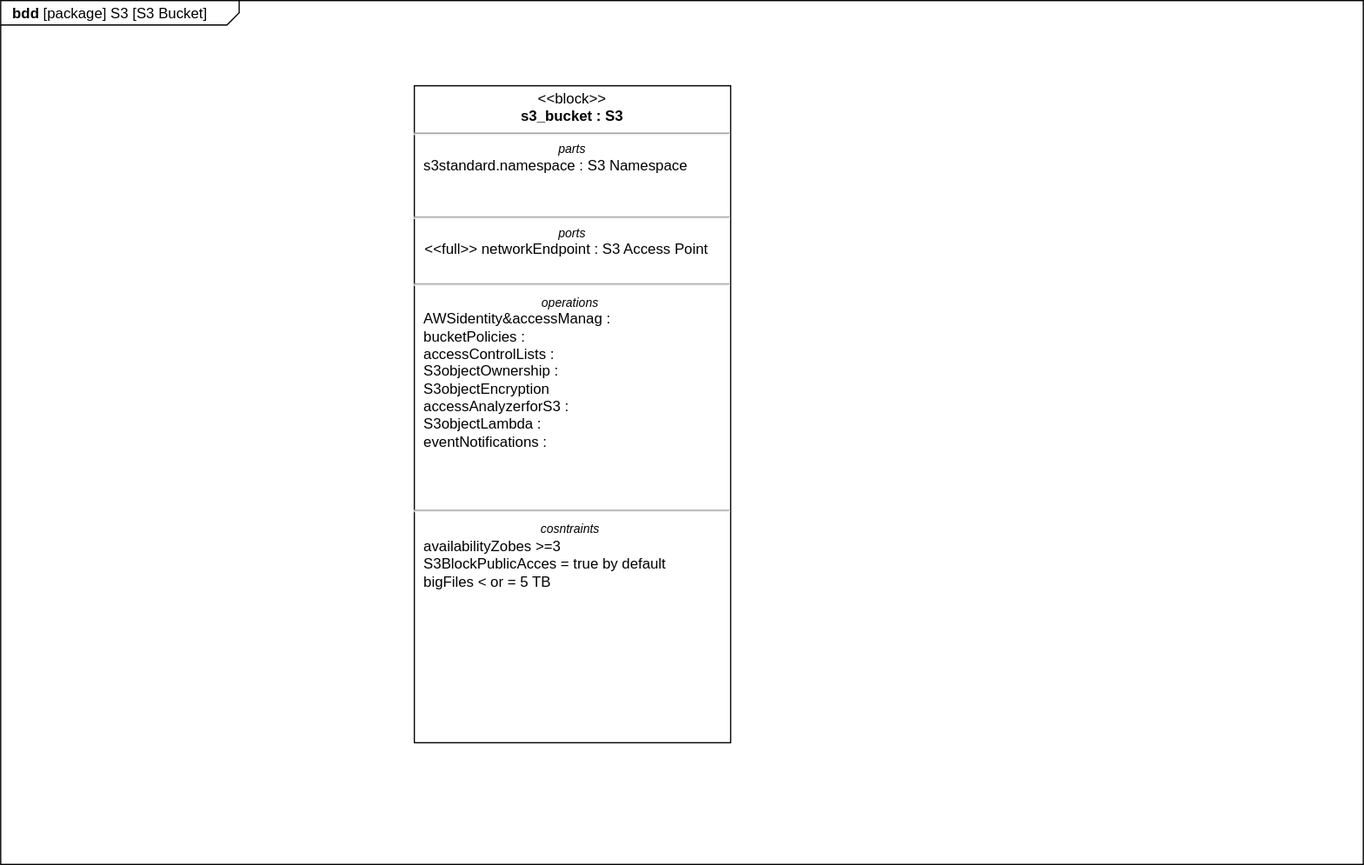
Before: Packages/S3/AWS S3 Service-S3 Bucket bdd.svg, a diagram exported from draw.io (JeffreyWerth/AWS-Architecture-Model-Repository). Source tidied: cells renumbered, new cells last; positions are measured from the earlier drawing's top-left corner, leaving out a move shared by most shapes.
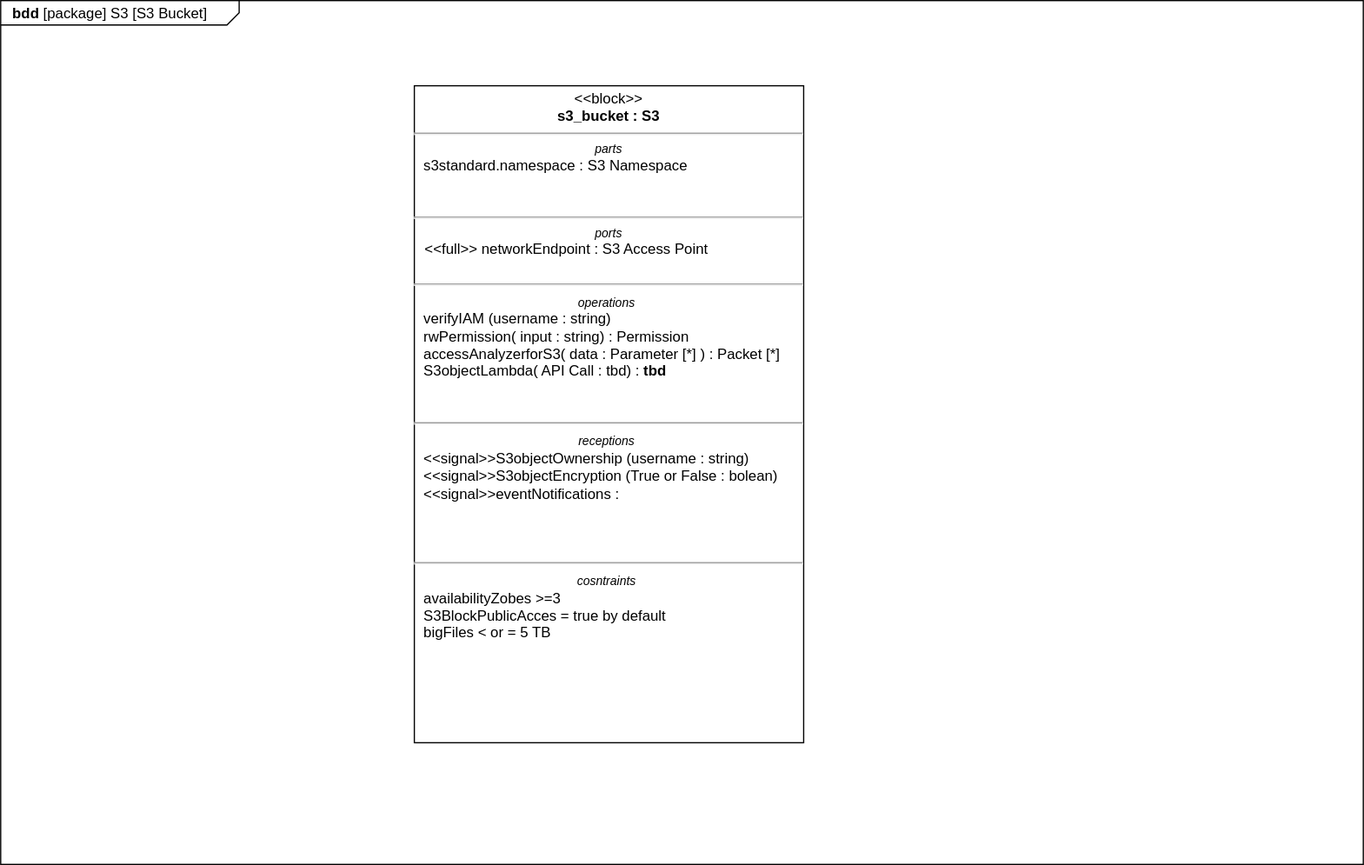
The same file after the commit.

Commit message:
Updated drwaio view

Change to the diagram source:
```diff
@@ -5,8 +5,8 @@
     <mxCell id="2" value="&lt;p style=&quot;margin: 0px ; margin-top: 4px ; margin-left: 10px ; text-align: left&quot;&gt;&lt;b&gt;bdd&lt;/b&gt; [package] S3 [S3 Bucket]&lt;/p&gt;" style="html=1;strokeWidth=1;shape=mxgraph.sysml.package;html=1;overflow=fill;whiteSpace=wrap;fillColor=none;gradientColor=none;fontSize=12;align=center;labelX=196;" parent="1" vertex="1">
       <mxGeometry width="1120" height="710" as="geometry" />
     </mxCell>
-    <mxCell id="3" value="&lt;p style=&quot;margin:0px;margin-top:4px;text-align:center;&quot;&gt;&amp;lt;&amp;lt;block&amp;gt;&amp;gt;&lt;br&gt;&lt;b&gt;s3_bucket : S3&lt;/b&gt;&lt;/p&gt;&lt;hr&gt;&lt;p style=&quot;font-size:10px;margin:0px;text-align:center;&quot;&gt;&lt;/p&gt;&lt;p style=&quot;margin: 0px; text-align: center; font-size: 10px;&quot;&gt;&lt;i&gt;parts&lt;/i&gt;&lt;/p&gt;&lt;p style=&quot;margin: 0px 0px 0px 8px;&quot;&gt;s3standard.namespace : S3 Namespace&lt;/p&gt;&lt;p style=&quot;margin:0px;margin-left:8px;text-align:left;&quot;&gt;&lt;br&gt;&lt;/p&gt;&lt;p style=&quot;margin:0px;margin-left:8px;text-align:left;&quot;&gt;&lt;br&gt;&lt;/p&gt;&lt;hr&gt;&lt;p style=&quot;font-size: 10px; margin: 0px; text-align: center;&quot;&gt;&lt;/p&gt;&lt;p style=&quot;font-size: 10px; margin: 0px; text-align: center;&quot;&gt;&lt;i&gt;ports&lt;/i&gt;&lt;/p&gt;&lt;p style=&quot;margin: 0px;&quot;&gt;&lt;span style=&quot;font-size: 10px;&quot;&gt;&amp;nbsp;&amp;nbsp;&lt;/span&gt;&amp;nbsp;&amp;lt;&amp;lt;full&amp;gt;&amp;gt; networkEndpoint : S3 Access Point&lt;/p&gt;&lt;div&gt;&lt;br&gt;&lt;/div&gt;&lt;hr&gt;&lt;p style=&quot;font-size: 10px; margin: 0px; text-align: center;&quot;&gt;&lt;/p&gt;&lt;p style=&quot;margin: 0px; text-align: center; font-size: 10px;&quot;&gt;&lt;i&gt;operations&lt;/i&gt;&lt;span style=&quot;background-color: initial; font-size: 12px; text-align: left;&quot;&gt;&amp;nbsp;&lt;/span&gt;&lt;/p&gt;&lt;p style=&quot;margin: 0px 0px 0px 8px;&quot;&gt;AWSidentity&amp;amp;accessManag :&lt;/p&gt;&lt;p style=&quot;margin: 0px 0px 0px 8px;&quot;&gt;bucketPolicies :&lt;/p&gt;&lt;p style=&quot;margin: 0px 0px 0px 8px;&quot;&gt;accessControlLists :&lt;/p&gt;&lt;p style=&quot;margin: 0px 0px 0px 8px;&quot;&gt;S3objectOwnership :&lt;/p&gt;&lt;p style=&quot;margin: 0px 0px 0px 8px;&quot;&gt;S3objectEncryption&lt;/p&gt;&lt;p style=&quot;margin: 0px 0px 0px 8px;&quot;&gt;accessAnalyzerforS3 :&lt;/p&gt;&lt;p style=&quot;margin: 0px 0px 0px 8px;&quot;&gt;S3objectLambda :&lt;/p&gt;&lt;p style=&quot;margin: 0px 0px 0px 8px;&quot;&gt;eventNotifications :&lt;/p&gt;&lt;p style=&quot;margin: 0px 0px 0px 8px;&quot;&gt;&lt;br&gt;&lt;/p&gt;&lt;p style=&quot;margin: 0px 0px 0px 8px;&quot;&gt;&lt;br&gt;&lt;/p&gt;&lt;p style=&quot;margin: 0px 0px 0px 8px;&quot;&gt;&lt;br&gt;&lt;/p&gt;&lt;hr&gt;&lt;p style=&quot;font-size: 10px; margin: 0px; text-align: center;&quot;&gt;&lt;/p&gt;&lt;p style=&quot;text-align: center; margin: 0px;&quot;&gt;&lt;span style=&quot;background-color: initial; text-align: left; font-size: 10px;&quot;&gt;&lt;i&gt;cosntraints&lt;/i&gt;&lt;/span&gt;&lt;span style=&quot;font-size: 12px; background-color: initial; text-align: left;&quot;&gt;&amp;nbsp;&lt;/span&gt;&lt;/p&gt;&lt;p style=&quot;margin: 0px 0px 0px 8px;&quot;&gt;availabilityZobes &amp;gt;=3&lt;/p&gt;&lt;p style=&quot;margin: 0px 0px 0px 8px;&quot;&gt;S3BlockPublicAcces = true by default&lt;/p&gt;&lt;p style=&quot;margin: 0px 0px 0px 8px;&quot;&gt;bigFiles &amp;lt; or = 5 TB&lt;/p&gt;&lt;p style=&quot;margin: 0px 0px 0px 8px;&quot;&gt;&lt;br&gt;&lt;/p&gt;&lt;p style=&quot;margin: 0px 0px 0px 8px;&quot;&gt;&lt;br&gt;&lt;/p&gt;&lt;p style=&quot;margin: 0px 0px 0px 8px;&quot;&gt;&lt;br&gt;&lt;/p&gt;&lt;p style=&quot;margin: 0px 0px 0px 8px;&quot;&gt;&lt;br&gt;&lt;/p&gt;&lt;p style=&quot;margin: 0px 0px 0px 8px;&quot;&gt;&lt;br&gt;&lt;/p&gt;" style="shape=rect;html=1;overflow=fill;verticalAlign=top;align=left;whiteSpace=wrap;" parent="1" vertex="1">
-      <mxGeometry x="340" y="70" width="260" height="540" as="geometry" />
+    <mxCell id="3" value="&lt;p style=&quot;margin:0px;margin-top:4px;text-align:center;&quot;&gt;&amp;lt;&amp;lt;block&amp;gt;&amp;gt;&lt;br&gt;&lt;b&gt;s3_bucket : S3&lt;/b&gt;&lt;/p&gt;&lt;hr&gt;&lt;p style=&quot;font-size:10px;margin:0px;text-align:center;&quot;&gt;&lt;/p&gt;&lt;p style=&quot;margin: 0px; text-align: center; font-size: 10px;&quot;&gt;&lt;i&gt;parts&lt;/i&gt;&lt;/p&gt;&lt;p style=&quot;margin: 0px 0px 0px 8px;&quot;&gt;s3standard.namespace : S3 Namespace&lt;/p&gt;&lt;p style=&quot;margin:0px;margin-left:8px;text-align:left;&quot;&gt;&lt;br&gt;&lt;/p&gt;&lt;p style=&quot;margin:0px;margin-left:8px;text-align:left;&quot;&gt;&lt;br&gt;&lt;/p&gt;&lt;hr&gt;&lt;p style=&quot;font-size: 10px; margin: 0px; text-align: center;&quot;&gt;&lt;/p&gt;&lt;p style=&quot;font-size: 10px; margin: 0px; text-align: center;&quot;&gt;&lt;i&gt;ports&lt;/i&gt;&lt;/p&gt;&lt;p style=&quot;margin: 0px;&quot;&gt;&lt;span style=&quot;font-size: 10px;&quot;&gt;&amp;nbsp;&amp;nbsp;&lt;/span&gt;&amp;nbsp;&amp;lt;&amp;lt;full&amp;gt;&amp;gt; networkEndpoint : S3 Access Point&lt;/p&gt;&lt;div&gt;&lt;br&gt;&lt;/div&gt;&lt;hr&gt;&lt;p style=&quot;font-size: 10px; margin: 0px; text-align: center;&quot;&gt;&lt;/p&gt;&lt;p style=&quot;margin: 0px; text-align: center; font-size: 10px;&quot;&gt;&lt;i&gt;operations&lt;/i&gt;&lt;span style=&quot;background-color: initial; font-size: 12px; text-align: left;&quot;&gt;&amp;nbsp;&lt;/span&gt;&lt;/p&gt;&lt;p style=&quot;margin: 0px 0px 0px 8px;&quot;&gt;verifyIAM (username : string)&lt;/p&gt;&lt;p style=&quot;margin: 0px 0px 0px 8px;&quot;&gt;rwPermission( input : string) : Permission&lt;/p&gt;&lt;p style=&quot;margin: 0px 0px 0px 8px;&quot;&gt;accessAnalyzerforS3( data : Parameter [*] ) : Packet [*]&lt;/p&gt;&lt;p style=&quot;margin: 0px 0px 0px 8px;&quot;&gt;S3objectLambda( API Call : tbd) : &lt;b&gt;tbd&lt;/b&gt;&lt;/p&gt;&lt;p style=&quot;margin: 0px 0px 0px 8px;&quot;&gt;&lt;br&gt;&lt;/p&gt;&lt;p style=&quot;margin: 0px 0px 0px 8px;&quot;&gt;&lt;br&gt;&lt;/p&gt;&lt;hr&gt;&lt;p style=&quot;font-size: 10px; margin: 0px; text-align: center;&quot;&gt;&lt;/p&gt;&lt;p style=&quot;margin: 0px; text-align: center; font-size: 10px;&quot;&gt;&lt;i&gt;receptions&lt;/i&gt;&lt;span style=&quot;background-color: initial; font-size: 12px; text-align: left;&quot;&gt;&amp;nbsp;&lt;/span&gt;&lt;/p&gt;&lt;p style=&quot;margin: 0px 0px 0px 8px;&quot;&gt;&lt;span style=&quot;background-color: initial;&quot;&gt;&amp;lt;&amp;lt;signal&amp;gt;&amp;gt;S3objectOwnership (username : string)&amp;nbsp;&amp;nbsp;&lt;/span&gt;&lt;br&gt;&lt;/p&gt;&lt;p style=&quot;margin: 0px 0px 0px 8px;&quot;&gt;&amp;lt;&amp;lt;signal&amp;gt;&amp;gt;S3objectEncryption (True or False : bolean)&lt;/p&gt;&lt;p style=&quot;margin: 0px 0px 0px 8px;&quot;&gt;&lt;span style=&quot;background-color: initial;&quot;&gt;&amp;lt;&amp;lt;signal&amp;gt;&amp;gt;eventNotifications :&lt;/span&gt;&lt;br&gt;&lt;/p&gt;&lt;p style=&quot;margin: 0px 0px 0px 8px;&quot;&gt;&lt;br&gt;&lt;/p&gt;&lt;p style=&quot;margin: 0px 0px 0px 8px;&quot;&gt;&lt;br&gt;&lt;/p&gt;&lt;p style=&quot;margin: 0px 0px 0px 8px;&quot;&gt;&lt;br&gt;&lt;/p&gt;&lt;hr&gt;&lt;p style=&quot;font-size: 10px; margin: 0px; text-align: center;&quot;&gt;&lt;/p&gt;&lt;p style=&quot;text-align: center; margin: 0px;&quot;&gt;&lt;span style=&quot;background-color: initial; text-align: left; font-size: 10px;&quot;&gt;&lt;i&gt;cosntraints&lt;/i&gt;&lt;/span&gt;&lt;span style=&quot;font-size: 12px; background-color: initial; text-align: left;&quot;&gt;&amp;nbsp;&lt;/span&gt;&lt;/p&gt;&lt;p style=&quot;margin: 0px 0px 0px 8px;&quot;&gt;availabilityZobes &amp;gt;=3&lt;/p&gt;&lt;p style=&quot;margin: 0px 0px 0px 8px;&quot;&gt;S3BlockPublicAcces = true by default&lt;/p&gt;&lt;p style=&quot;margin: 0px 0px 0px 8px;&quot;&gt;bigFiles &amp;lt; or = 5 TB&lt;/p&gt;&lt;p style=&quot;margin: 0px 0px 0px 8px;&quot;&gt;&lt;br&gt;&lt;/p&gt;&lt;p style=&quot;margin: 0px 0px 0px 8px;&quot;&gt;&lt;br&gt;&lt;/p&gt;&lt;p style=&quot;margin: 0px 0px 0px 8px;&quot;&gt;&lt;br&gt;&lt;/p&gt;&lt;p style=&quot;margin: 0px 0px 0px 8px;&quot;&gt;&lt;br&gt;&lt;/p&gt;&lt;p style=&quot;margin: 0px 0px 0px 8px;&quot;&gt;&lt;br&gt;&lt;/p&gt;" style="shape=rect;html=1;overflow=fill;verticalAlign=top;align=left;whiteSpace=wrap;" parent="1" vertex="1">
+      <mxGeometry x="340" y="70" width="320" height="540" as="geometry" />
     </mxCell>
   </root>
 </mxGraphModel>
```
